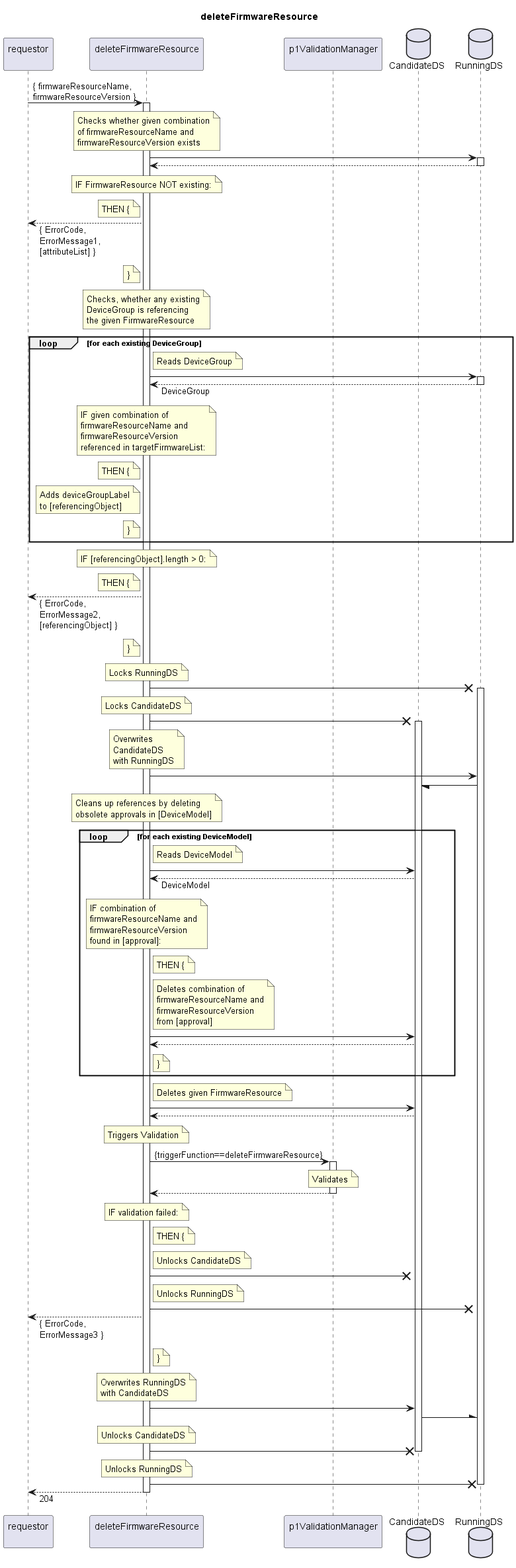
This is spec/Services/deleteFirmwareResource/1.0.0/deleteFirmwareResource.png from openBackhaul/FirmWareManager, a PlantUML export, as it was before one commit.
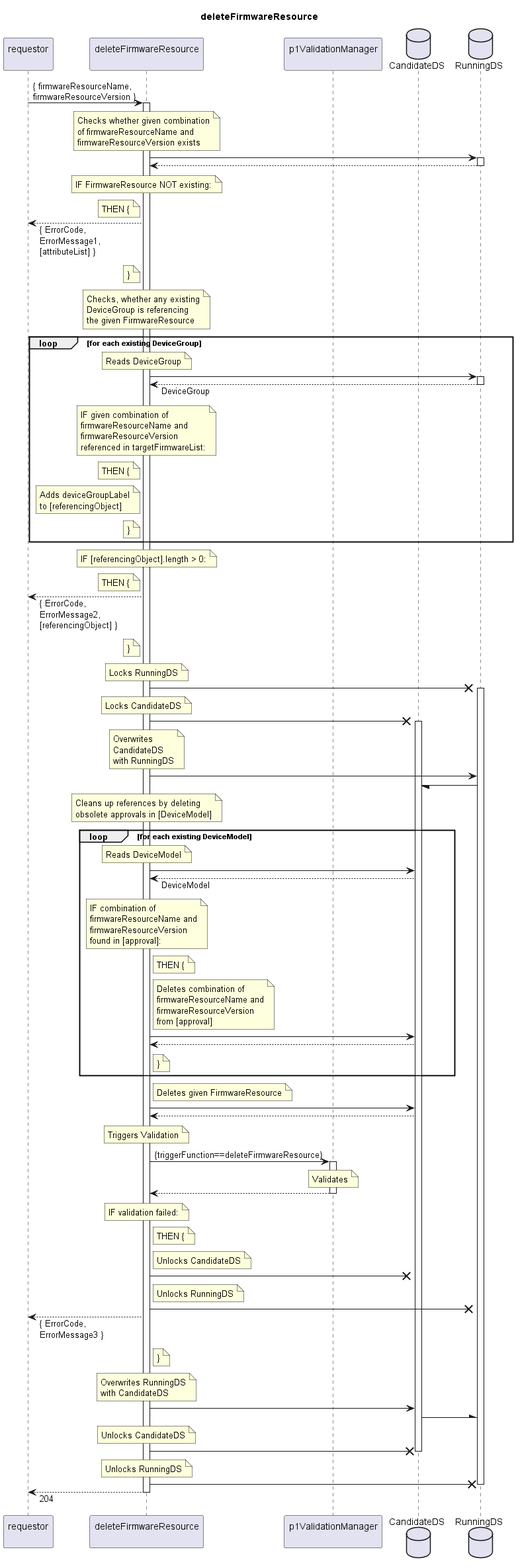
Later version of the same file.

What changed in the source:
```diff
@@ -40,7 +40,7 @@
     the given FirmwareResource
   end note
   loop for each existing DeviceGroup
-    note right indServ
+    note over indServ
       Reads DeviceGroup
     end note
     indServ -> RunDS
@@ -98,7 +98,7 @@
     obsolete approvals in [DeviceModel]
   end note
   loop for each existing DeviceModel
-    note right indServ
+    note over indServ
       Reads DeviceModel
     end note
     indServ -> CanDS
```
